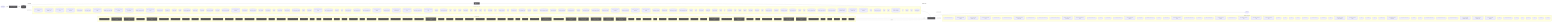
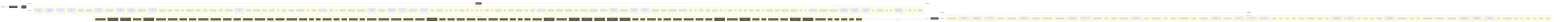
flowchart LR
  UserQ(["👤 User Query"])
  Embed["📐 Embedding Model"]
  VecDB[("📚 Vector Store")]
  Retriever["🔍 Retriever"]
  LLMNode["🧠 LLM / Generator"]
  Output(["✅ Response"])
  UserQ -->|query| Embed
  Embed -->|vector| VecDB
  VecDB -->|top-k chunks| Retriever
  Retriever -->|context + query| LLMNode
  LLMNode -->|generated answer| Output
  subgraph DetectedMemory["Detected memory stores"]
    det_detectedmemory_check_steering_feedback_contract_80134459[("check-steering-feedback-contract")]
    det_detectedmemory_prompt_context_drift_validate_runner_c8ecc6f5[("prompt-context-drift-validate-runner")]
    det_detectedmemory_prompt_context_drift_write_runner_69e6a4fd[("prompt-context-drift-write-runner")]
    det_detectedmemory_normalize_workflow_contracts_8701f1c8[("normalize-workflow-contracts")]
    det_detectedmemory_run_harness_evals_77704768[("run-harness-evals")]
    det_detectedmemory_sync_codex_preflight_7e7a8dc2[("sync-codex-preflight")]
    det_detectedmemory_test_harness_upgrade_matrix_84113c4e[("test-harness-upgrade-matrix")]
    det_detectedmemory_validate_prompt_context_drift_8c949ef6[("validate-prompt-context-drift")]
    det_detectedmemory_validate_runtime_packet_schemas_bc3ba8ec[("validate-runtime-packet-schemas")]
    det_detectedmemory_validate_system_prompt_gap_adoption_62d8c955[("validate-system-prompt-gap-adoption")]
    det_detectedmemory_validate_workflow_contracts_33dc063c[("validate-workflow-contracts")]
    det_detectedmemory_write_prompt_context_drift_report_71a4e149[("write-prompt-context-drift-report")]
    det_detectedmemory_branch_protect_core_a8feb0fd[("branch-protect-core")]
    det_detectedmemory_ci_migrate_core_7005b5af[("ci-migrate-core")]
    det_detectedmemory_context_health_80bb7da9[("context-health")]
    det_detectedmemory_context_ea7792a2[("context")]
    det_detectedmemory_docs_gate_classification_2f51c90b[("docs-gate-classification")]
    det_detectedmemory_docs_gate_types_d285abb6[("docs-gate-types")]
    det_detectedmemory_index_context_de3ed39d[("index-context")]
    det_detectedmemory_local_memory_preflight_dcc36c42[("local-memory-preflight")]
    det_detectedmemory_memory_gate_a577a506[("memory-gate")]
    det_detectedmemory_next_prompt_context_drift_3c5a93d5[("next-prompt-context-drift")]
    det_detectedmemory_next_recommendation_decisions_03315dd4[("next-recommendation-decisions")]
    det_detectedmemory_next_runner_state_be6fe997[("next-runner-state")]
    det_detectedmemory_pattern_scope_siblings_43abe000[("pattern-scope-siblings")]
    det_detectedmemory_review_context_ca6cf81d[("review-context")]
    det_detectedmemory_review_gate_core_4c8001f9[("review-gate-core")]
    det_detectedmemory_search_24193290[("search")]
    det_detectedmemory_session_context_e5ec72c0[("session-context")]
    det_detectedmemory_tooling_audit_core_328d6a41[("tooling-audit-core")]
    det_detectedmemory_run_local_memory_preflight_36e92808[("run-local-memory-preflight")]
    det_detectedmemory_checker_d2d2328e[("checker")]
    det_detectedmemory_context_health_1_ceb11829[("context-health")]
-     det_detectedmemory_prompt_context_drift_report_reader_dda0f4d7[("prompt-context-drift-report-reader")]
    det_detectedmemory_prompt_context_drift_surface_c1e30b42[("prompt-context-drift-surface")]
    det_detectedmemory_test_fixtures_c2f936b0[("test-fixtures")]
    det_detectedmemory_types_2_d9bc6e7a[("types")]
    det_detectedmemory_branch_protect_sync_570adb18[("branch-protect-sync")]
    det_detectedmemory_builtin_command_specs_ac7d392e[("builtin-command-specs")]
    det_detectedmemory_command_capability_rules_ca3f496a[("command-capability-rules")]
    det_detectedmemory_command_expected_artifacts_6469c2fb[("command-expected-artifacts")]
    det_detectedmemory_command_specs_core_1c0ffc99[("command-specs-core")]
    det_detectedmemory_local_memory_preflight_command_spec_9e23f3ce[("local-memory-preflight-command-spec")]
    det_detectedmemory_memory_gate_command_spec_dc9001a9[("memory-gate-command-spec")]
    det_detectedmemory_review_gate_command_spec_3187376a[("review-gate-command-spec")]
    det_detectedmemory_session_context_command_spec_973afbb1[("session-context-command-spec")]
    det_detectedmemory_constants_7517017f[("constants")]
    det_detectedmemory_context_compact_policy_3dcaf95d[("context-compact-policy")]
    det_detectedmemory_index_3_7e40d474[("index")]
    det_detectedmemory_indexer_70fa78e5[("indexer")]
    det_detectedmemory_init_error_5c7dd49f[("init-error")]
    det_detectedmemory_lexical_fallback_723e2b3e[("lexical-fallback")]
    det_detectedmemory_ollama_76e3c7bf[("ollama")]
    det_detectedmemory_rollout_a4fa034c[("rollout")]
    det_detectedmemory_sources_878a52fc[("sources")]
    det_detectedmemory_store_824d80d7[("store")]
    det_detectedmemory_sync_contract_c79fa191[("sync-contract")]
    det_detectedmemory_types_8_f6283648[("types")]
    det_detectedmemory_harness_run_context_ac7c77a9[("harness-run-context")]
    det_detectedmemory_index_4_013aa0e3[("index")]
    det_detectedmemory_json_schema_core_96d7e328[("json-schema-core")]
    det_detectedmemory_policy_validators_core_714a3fe7[("policy-validators-core")]
    det_detectedmemory_types_core_e405ddca[("types-core")]
    det_detectedmemory_validator_core_4358f8ba[("validator-core")]
    det_detectedmemory_archive_candidates_scanner_d0931789[("archive-candidates-scanner")]
    det_detectedmemory_archive_candidates_dc0e40e1[("archive-candidates")]
    det_detectedmemory_docs_task_eval_contract_79347457[("docs-task-eval-contract")]
    det_detectedmemory_docs_task_eval_fixtures_44902755[("docs-task-eval-fixtures")]
    det_detectedmemory_init_modes_c05ceb07[("init-modes")]
    det_detectedmemory_project_brain_templates_7ef51530[("project-brain-templates")]
    det_detectedmemory_scaffold_diagram_templates_dd88e83c[("scaffold-diagram-templates")]
    det_detectedmemory_scaffold_doc_templates_f6152330[("scaffold-doc-templates")]
    det_detectedmemory_scaffold_environment_templates_c1ceba6a[("scaffold-environment-templates")]
    det_detectedmemory_scaffold_hook_templates_8c74ab50[("scaffold-hook-templates")]
    det_detectedmemory_scaffold_root_command_templates_404fed7f[("scaffold-root-command-templates")]
    det_detectedmemory_scaffold_script_template_registry_69312d4e[("scaffold-script-template-registry")]
    det_detectedmemory_scaffold_shell_templates_0ad0f915[("scaffold-shell-templates")]
    det_detectedmemory_scaffold_surfaces_12d6494e[("scaffold-surfaces")]
    det_detectedmemory_scaffold_template_registry_b1cce2aa[("scaffold-template-registry")]
    det_detectedmemory_scaffold_workflow_template_92310587[("scaffold-workflow-template")]
    det_detectedmemory_eval_seed_5699fd3e[("eval-seed")]
    det_detectedmemory_index_10_f6785a46[("index")]
    det_detectedmemory_review_context_1_e3afed15[("review-context")]
    det_detectedmemory_memory_gate_1_265164ac[("memory-gate")]
    det_detectedmemory_branch_enforcer_acb749cd[("branch-enforcer")]
    det_detectedmemory_cli_args_5_09ea29f0[("cli-args")]
    det_detectedmemory_cli_7_dc4a9f7f[("cli")]
    det_detectedmemory_metrics_tracker_98cec29c[("metrics-tracker")]
    det_detectedmemory_types_20_071a0112[("types")]
    det_detectedmemory_validator_5_b19ac2be[("validator")]
    det_detectedmemory_classifier_fe1991a9[("classifier")]
    det_detectedmemory_tooling_paths_560ac80d[("tooling-paths")]
    det_detectedmemory_claim_helpers_20dc8387[("claim-helpers")]
    det_detectedmemory_types_25_89d086aa[("types")]
    det_detectedmemory_local_memory_smoke_1175abfc[("local-memory-smoke")]
    det_detectedmemory_local_memory_0db17ecc[("local-memory")]
    det_detectedmemory_performance_overload_c685bfcf[("performance-overload")]
    det_detectedmemory_suggestion_generator_0956f794[("suggestion-generator")]
    det_detectedmemory_git_head_7346fd6a[("git-head")]
    det_detectedmemory_index_12_762ec91b[("index")]
    det_detectedmemory_prompt_context_drift_builder_a451c7dd[("prompt-context-drift-builder")]
    det_detectedmemory_prompt_context_drift_report_3257a95c[("prompt-context-drift-report")]
    det_detectedmemory_prompt_context_drift_types_ba6863d4[("prompt-context-drift-types")]
    det_detectedmemory_prompt_context_drift_validation_evidence_21f0336f[("prompt-context-drift-validation-evidence")]
    det_detectedmemory_prompt_context_drift_validation_utils_2285f4ac[("prompt-context-drift-validation-utils")]
    det_detectedmemory_prompt_context_drift_validation_8fc01719[("prompt-context-drift-validation")]
    det_detectedmemory_index_13_97df39c8[("index")]
    det_detectedmemory_prompt_context_receipt_17b862b2[("prompt-context-receipt")]
    det_detectedmemory_types_32_bfe791ff[("types")]
    det_detectedmemory_policy_1_fc4198db[("policy")]
    det_detectedmemory_runtime_card_codex_runtime_validation_d8ce9934[("runtime-card-codex-runtime-validation")]
    det_detectedmemory_cli_12_01c06c37[("cli")]
    det_detectedmemory_collector_0736fd5b[("collector")]
    det_detectedmemory_types_35_93e66c64[("types")]
    det_detectedmemory_overload_guard_2748c559[("overload-guard")]
  end
  VecDB -. "implemented by" .-> DetectedMemory
  subgraph DetectedLLM["Detected LLM clients"]
    det_detectedllm_check_codex_agent_roles_5bb2e89b["check-codex-agent-roles"]
    det_detectedllm_check_steering_feedback_contract_80134459["check-steering-feedback-contract"]
    det_detectedllm_prompt_context_drift_validate_runner_c8ecc6f5["prompt-context-drift-validate-runner"]
    det_detectedllm_prompt_context_drift_write_runner_69e6a4fd["prompt-context-drift-write-runner"]
    det_detectedllm_run_harness_evals_77704768["run-harness-evals"]
    det_detectedllm_validate_decision_request_2e5c325e["validate-decision-request"]
    det_detectedllm_validate_goal_completion_audit_receipt_100d252c["validate-goal-completion-audit-receipt"]
    det_detectedllm_validate_packaged_skill_5e32c890["validate-packaged-skill"]
    det_detectedllm_validate_prompt_context_drift_8c949ef6["validate-prompt-context-drift"]
    det_detectedllm_validate_reviewer_coverage_251efee3["validate-reviewer-coverage"]
    det_detectedllm_validate_system_prompt_gap_adoption_62d8c955["validate-system-prompt-gap-adoption"]
    det_detectedllm_write_prompt_context_drift_report_71a4e149["write-prompt-context-drift-report"]
    det_detectedllm_check_environment_core_2c16213f["check-environment-core"]
    det_detectedllm_context_ea7792a2["context"]
    det_detectedllm_index_context_de3ed39d["index-context"]
    det_detectedllm_next_prompt_context_drift_3c5a93d5["next-prompt-context-drift"]
    det_detectedllm_next_recommendation_decisions_03315dd4["next-recommendation-decisions"]
    det_detectedllm_prompt_gate_c5e9d207["prompt-gate"]
    det_detectedllm_remediate_runner_helpers_929fedcc["remediate-runner-helpers"]
    det_detectedllm_search_24193290["search"]
    det_detectedllm_context_health_1_ceb11829["context-health"]
-     det_detectedllm_prompt_context_drift_report_reader_dda0f4d7["prompt-context-drift-report-reader"]
    det_detectedllm_prompt_context_drift_surface_c1e30b42["prompt-context-drift-surface"]
    det_detectedllm_test_fixtures_c2f936b0["test-fixtures"]
    det_detectedllm_builtin_command_specs_ac7d392e["builtin-command-specs"]
    det_detectedllm_command_expected_artifacts_6469c2fb["command-expected-artifacts"]
    det_detectedllm_command_specs_core_1c0ffc99["command-specs-core"]
    det_detectedllm_pilot_evaluate_command_spec_1084ea72["pilot-evaluate-command-spec"]
    det_detectedllm_pilot_rollback_command_spec_4fe69f7d["pilot-rollback-command-spec"]
    det_detectedllm_prompt_gate_command_spec_9a941482["prompt-gate-command-spec"]
    det_detectedllm_constants_7517017f["constants"]
    det_detectedllm_index_3_7e40d474["index"]
    det_detectedllm_indexer_70fa78e5["indexer"]
    det_detectedllm_ollama_76e3c7bf["ollama"]
    det_detectedllm_sync_contract_c79fa191["sync-contract"]
    det_detectedllm_north_star_validators_cfc926ce["north-star-validators"]
    det_detectedllm_hilt_boundary_9b36fb15["hilt-boundary"]
    det_detectedllm_types_10_75e5a4a0["types"]
    det_detectedllm_goal_completion_audit_receipt_validation_9d0f4891["goal-completion-audit-receipt-validation"]
    det_detectedllm_goal_completion_audit_receipt_5e4939c3["goal-completion-audit-receipt"]
    det_detectedllm_index_5_522f772a["index"]
    det_detectedllm_constants_1_a84e15f0["constants"]
    det_detectedllm_types_18_37582e2a["types"]
    det_detectedllm_sensitive_text_7c11f760["sensitive-text"]
    det_detectedllm_pr_template_linked_issue_relationship_a7b61f2c["pr-template-linked-issue-relationship"]
    det_detectedllm_pr_template_validator_rules_20a32d6b["pr-template-validator-rules"]
    det_detectedllm_git_head_7346fd6a["git-head"]
    det_detectedllm_index_12_762ec91b["index"]
    det_detectedllm_prompt_context_drift_builder_a451c7dd["prompt-context-drift-builder"]
    det_detectedllm_prompt_context_drift_report_3257a95c["prompt-context-drift-report"]
    det_detectedllm_prompt_context_drift_types_ba6863d4["prompt-context-drift-types"]
    det_detectedllm_prompt_context_drift_validation_evidence_21f0336f["prompt-context-drift-validation-evidence"]
    det_detectedllm_prompt_context_drift_validation_utils_2285f4ac["prompt-context-drift-validation-utils"]
    det_detectedllm_prompt_context_drift_validation_8fc01719["prompt-context-drift-validation"]
    det_detectedllm_index_13_97df39c8["index"]
    det_detectedllm_prompt_context_receipt_17b862b2["prompt-context-receipt"]
    det_detectedllm_cli_args_9_9c136878["cli-args"]
    det_detectedllm_cli_11_338a8415["cli"]
    det_detectedllm_sections_4697ef32["sections"]
    det_detectedllm_types_28_4476fcc6["types"]
    det_detectedllm_validator_7_f836eb0e["validator"]
    det_detectedllm_cli_args_10_861cdd3f["cli-args"]
  end
  LLMNode -. "implemented by" .-> DetectedLLM
  subgraph DetectedTools["Agentic tool calls"]
    det_detectedtools_check_codex_agent_roles_5bb2e89b["🔧 check-codex-agent-roles"]
    det_detectedtools_check_steering_feedback_contract_80134459["🔧 check-steering-feedback-contract"]
    det_detectedtools_check_tooling_baseline_parity_3124b30a["🔧 check-tooling-baseline-parity"]
    det_detectedtools_run_harness_evals_77704768["🔧 run-harness-evals"]
    det_detectedtools_validate_action_review_receipt_fa2f06c3["🔧 validate-action-review-receipt"]
    det_detectedtools_validate_packaged_skill_5e32c890["🔧 validate-packaged-skill"]
    det_detectedtools_validate_replay_packet_f309747e["🔧 validate-replay-packet"]
    det_detectedtools_ci_migrate_core_7005b5af["🔧 ci-migrate-core"]
    det_detectedtools_doctor_checks_5a2eb2b9["🔧 doctor-checks"]
    det_detectedtools_doctor_github_tool_check_e0a938df["🔧 doctor-github-tool-check"]
    det_detectedtools_doctor_github_tool_checks_a53b0382["🔧 doctor-github-tool-checks"]
    det_detectedtools_doctor_tool_checks_4acac51a["🔧 doctor-tool-checks"]
    det_detectedtools_fleet_plan_repo_ecdc6499["🔧 fleet-plan-repo"]
    det_detectedtools_next_blocked_decisions_4140ad2b["🔧 next-blocked-decisions"]
    det_detectedtools_next_pr_closeout_contract_af31d30a["🔧 next-pr-closeout-contract"]
    det_detectedtools_policy_gate_213f7313["🔧 policy-gate"]
    det_detectedtools_remediate_cli_output_cc165396["🔧 remediate-cli-output"]
    det_detectedtools_remediate_runner_helpers_929fedcc["🔧 remediate-runner-helpers"]
    det_detectedtools_review_gate_core_4c8001f9["🔧 review-gate-core"]
    det_detectedtools_index_1bc04b52["🔧 index"]
    det_detectedtools_types_1_4ecdf56e["🔧 types"]
    det_detectedtools_validation_constants_e002a0f6["🔧 validation-constants"]
    det_detectedtools_validation_98c41dcd["🔧 validation"]
    det_detectedtools_checker_d2d2328e["🔧 checker"]
    det_detectedtools_shared_state_policy_edc9c4db["🔧 shared-state-policy"]
    det_detectedtools_cli_args_1_6144b055["🔧 cli-args"]
    det_detectedtools_command_capabilities_a4d5c71e["🔧 command-capabilities"]
    det_detectedtools_command_capability_rules_ca3f496a["🔧 command-capability-rules"]
    det_detectedtools_linear_command_actions_e430f4f4["🔧 linear-command-actions"]
    det_detectedtools_linear_command_runner_4a740dfc["🔧 linear-command-runner"]
    det_detectedtools_policy_validators_core_714a3fe7["🔧 policy-validators-core"]
    det_detectedtools_shared_state_action_validator_e7b128cd["🔧 shared-state-action-validator"]
    det_detectedtools_types_core_e405ddca["🔧 types-core"]
    det_detectedtools_validator_core_4358f8ba["🔧 validator-core"]
    det_detectedtools_validator_helpers_7b927667["🔧 validator-helpers"]
    det_detectedtools_he_phase_exit_core_1148895b["🔧 he-phase-exit-core"]
    det_detectedtools_environment_runtime_3206f0a8["🔧 environment-runtime"]
    det_detectedtools_observed_skill_usage_ed7d5930["🔧 observed-skill-usage"]
    det_detectedtools_closure_evidence_aaa31467["🔧 closure-evidence"]
    det_detectedtools_pr_creator_dc6b1ea4["🔧 pr-creator"]
    det_detectedtools_client_948fe603["🔧 client"]
    det_detectedtools_init_output_360dce91["🔧 init-output"]
    det_detectedtools_scaffold_ci_templates_2afd6392["🔧 scaffold-ci-templates"]
    det_detectedtools_scaffold_codex_environment_templates_334fbbed["🔧 scaffold-codex-environment-templates"]
    det_detectedtools_scaffold_config_templates_4b80ce53["🔧 scaffold-config-templates"]
    det_detectedtools_scaffold_environment_templates_c1ceba6a["🔧 scaffold-environment-templates"]
    det_detectedtools_scaffold_github_actions_pr_pipeline_renderer_1ee18de5["🔧 scaffold-github-actions-pr-pipeline-renderer"]
    det_detectedtools_scaffold_github_actions_pr_pipeline_template_e2b85f62["🔧 scaffold-github-actions-pr-pipeline-template"]
    det_detectedtools_scaffold_package_command_template_80e32e83["🔧 scaffold-package-command-template"]
    det_detectedtools_scaffold_release_private_npm_template_075499f8["🔧 scaffold-release-private-npm-template"]
    det_detectedtools_constants_1_a84e15f0["🔧 constants"]
    det_detectedtools_index_9_32dd4d91["🔧 index"]
    det_detectedtools_validation_common_6161e48b["🔧 validation-common"]
    det_detectedtools_cli_7_dc4a9f7f["🔧 cli"]
    det_detectedtools_metrics_tracker_98cec29c["🔧 metrics-tracker"]
    det_detectedtools_normalise_renderer_85f2e563["🔧 normalise-renderer"]
    det_detectedtools_evaluation_engine_core_e054fe49["🔧 evaluation-engine-core"]
    det_detectedtools_tooling_baseline_50ab2eeb["🔧 tooling-baseline"]
    det_detectedtools_tooling_paths_560ac80d["🔧 tooling-paths"]
    det_detectedtools_prompt_context_drift_report_3257a95c["🔧 prompt-context-drift-report"]
    det_detectedtools_prompt_context_drift_types_ba6863d4["🔧 prompt-context-drift-types"]
    det_detectedtools_prompt_context_drift_validation_utils_2285f4ac["🔧 prompt-context-drift-validation-utils"]
    det_detectedtools_replay_packet_a1293f88["🔧 replay-packet"]
    det_detectedtools_index_14_d982116c["🔧 index"]
    det_detectedtools_review_lifecycle_contract_e5447221["🔧 review-lifecycle-contract"]
    det_detectedtools_review_lifecycle_89afa64c["🔧 review-lifecycle"]
    det_detectedtools_runtime_card_codex_runtime_validation_d8ce9934["🔧 runtime-card-codex-runtime-validation"]
    det_detectedtools_runtime_card_codex_runtime_0655e230["🔧 runtime-card-codex-runtime"]
    det_detectedtools_runtime_evidence_bundle_d471a232["🔧 runtime-evidence-bundle"]
    det_detectedtools_types_37_32ccf9f9["🔧 types"]
    det_detectedtools_index_17_642943a2["🔧 index"]
    det_detectedtools_projection_1b250ea1["🔧 projection"]
    det_detectedtools_types_39_d07de160["🔧 types"]
    det_detectedtools_validation_8_b9fa10af["🔧 validation"]
  end
  LLMNode -->|tool use| DetectedTools
  DetectedTools -->|result| LLMNode
  classDef memNode fill:#555,color:#fff
  class VecDB,Retriever memNode
  classDef llmNode fill:#555,color:#fff
  class LLMNode,Embed llmNode
  classDef toolNode fill:#555,color:#fff
  class det_detectedtools_check_codex_agent_roles_5bb2e89b,det_detectedtools_check_steering_feedback_contract_80134459,det_detectedtools_check_tooling_baseline_parity_3124b30a,det_detectedtools_run_harness_evals_77704768,det_detectedtools_validate_action_review_receipt_fa2f06c3,det_detectedtools_validate_packaged_skill_5e32c890,det_detectedtools_validate_replay_packet_f309747e,det_detectedtools_ci_migrate_core_7005b5af,det_detectedtools_doctor_checks_5a2eb2b9,det_detectedtools_doctor_github_tool_check_e0a938df,det_detectedtools_doctor_github_tool_checks_a53b0382,det_detectedtools_doctor_tool_checks_4acac51a,det_detectedtools_fleet_plan_repo_ecdc6499,det_detectedtools_next_blocked_decisions_4140ad2b,det_detectedtools_next_pr_closeout_contract_af31d30a,det_detectedtools_policy_gate_213f7313,det_detectedtools_remediate_cli_output_cc165396,det_detectedtools_remediate_runner_helpers_929fedcc,det_detectedtools_review_gate_core_4c8001f9,det_detectedtools_index_1bc04b52,det_detectedtools_types_1_4ecdf56e,det_detectedtools_validation_constants_e002a0f6,det_detectedtools_validation_98c41dcd,det_detectedtools_checker_d2d2328e,det_detectedtools_shared_state_policy_edc9c4db,det_detectedtools_cli_args_1_6144b055,det_detectedtools_command_capabilities_a4d5c71e,det_detectedtools_command_capability_rules_ca3f496a,det_detectedtools_linear_command_actions_e430f4f4,det_detectedtools_linear_command_runner_4a740dfc,det_detectedtools_policy_validators_core_714a3fe7,det_detectedtools_shared_state_action_validator_e7b128cd,det_detectedtools_types_core_e405ddca,det_detectedtools_validator_core_4358f8ba,det_detectedtools_validator_helpers_7b927667,det_detectedtools_he_phase_exit_core_1148895b,det_detectedtools_environment_runtime_3206f0a8,det_detectedtools_observed_skill_usage_ed7d5930,det_detectedtools_closure_evidence_aaa31467,det_detectedtools_pr_creator_dc6b1ea4,det_detectedtools_client_948fe603,det_detectedtools_init_output_360dce91,det_detectedtools_scaffold_ci_templates_2afd6392,det_detectedtools_scaffold_codex_environment_templates_334fbbed,det_detectedtools_scaffold_config_templates_4b80ce53,det_detectedtools_scaffold_environment_templates_c1ceba6a,det_detectedtools_scaffold_github_actions_pr_pipeline_renderer_1ee18de5,det_detectedtools_scaffold_github_actions_pr_pipeline_template_e2b85f62,det_detectedtools_scaffold_package_command_template_80e32e83,det_detectedtools_scaffold_release_private_npm_template_075499f8,det_detectedtools_constants_1_a84e15f0,det_detectedtools_index_9_32dd4d91,det_detectedtools_validation_common_6161e48b,det_detectedtools_cli_7_dc4a9f7f,det_detectedtools_metrics_tracker_98cec29c,det_detectedtools_normalise_renderer_85f2e563,det_detectedtools_evaluation_engine_core_e054fe49,det_detectedtools_tooling_baseline_50ab2eeb,det_detectedtools_tooling_paths_560ac80d,det_detectedtools_prompt_context_drift_report_3257a95c,det_detectedtools_prompt_context_drift_types_ba6863d4,det_detectedtools_prompt_context_drift_validation_utils_2285f4ac,det_detectedtools_replay_packet_a1293f88,det_detectedtools_index_14_d982116c,det_detectedtools_review_lifecycle_contract_e5447221,det_detectedtools_review_lifecycle_89afa64c,det_detectedtools_runtime_card_codex_runtime_validation_d8ce9934,det_detectedtools_runtime_card_codex_runtime_0655e230,det_detectedtools_runtime_evidence_bundle_d471a232,det_detectedtools_types_37_32ccf9f9,det_detectedtools_index_17_642943a2,det_detectedtools_projection_1b250ea1,det_detectedtools_types_39_d07de160,det_detectedtools_validation_8_b9fa10af toolNode
